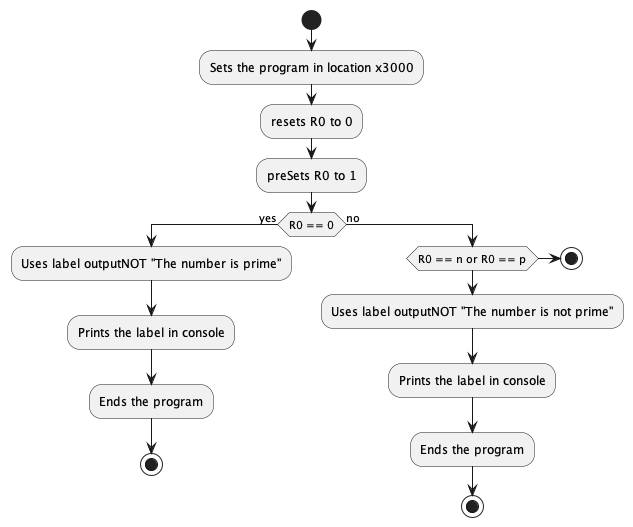
Above: out/diagrams/assignment4/assignment4.png in Maximillian-bm/machineProgAssignment1 (PlantUML), before the change.
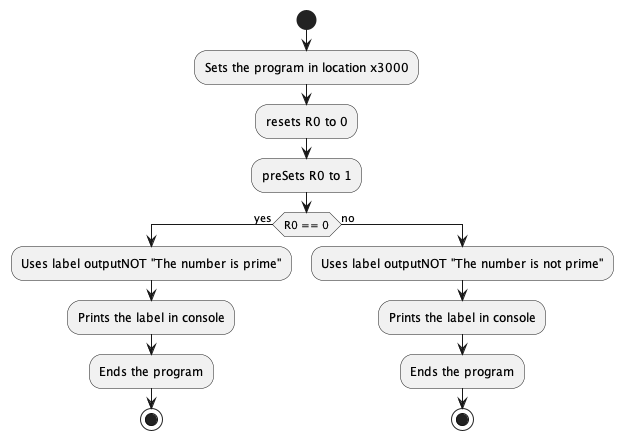
Above is the later version.

The edit, as a diff of the source:
```diff
@@ -9,11 +9,8 @@
   :Ends the program;
 stop
 else (no)
-If (R0 == n or R0 == p)
   :Uses label outputNOT "The number is not prime";
   :Prints the label in console;
   :Ends the program;
 stop
-else
-stop
 @enduml
```
